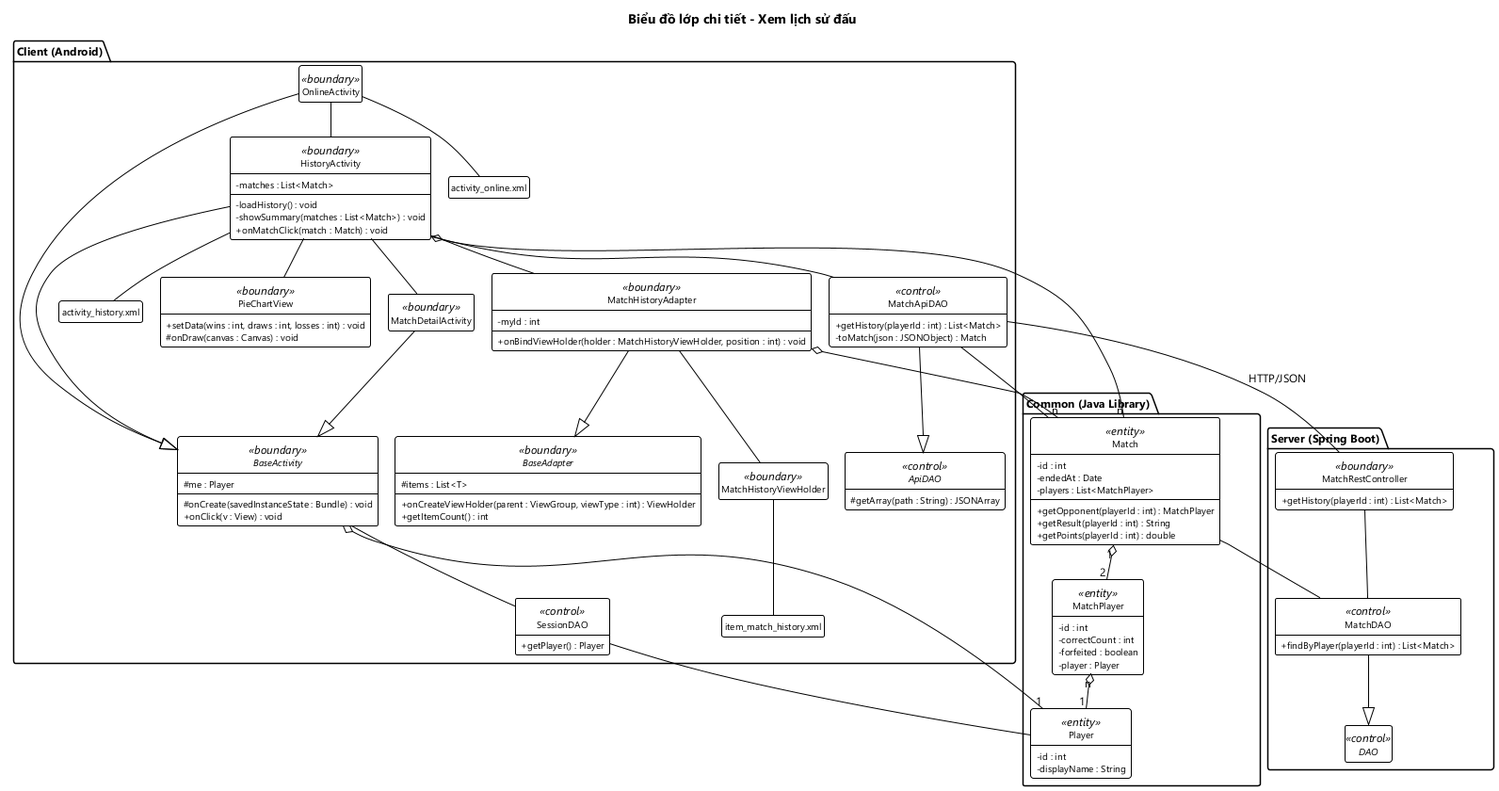
HungNguyenBa1811/math-dash keeps this PlantUML diagram as docs/hung/lop-thiet-ke-xem-lich-su.png. Above is the earlier version. The source it was exported from:
```plantuml
@startuml lop-thiet-ke-xem-lich-su
!include _theme.iuml
title Biểu đồ lớp chi tiết - Xem lịch sử đấu

package "Client (Android)" as PC {
  abstract class BaseActivity <<boundary>> {
    # me : Player
    # onCreate(savedInstanceState : Bundle) : void
    + onClick(v : View) : void
  }
  abstract class BaseAdapter <<boundary>> {
    # items : List<T>
    + onCreateViewHolder(parent : ViewGroup, viewType : int) : ViewHolder
    + getItemCount() : int
  }
  class OnlineActivity <<boundary>> {
  }
  class HistoryActivity <<boundary>> {
    - matches : List<Match>
    - loadHistory() : void
    - showSummary(matches : List<Match>) : void
    + onMatchClick(match : Match) : void
  }
  class PieChartView <<boundary>> {
    + setData(wins : int, draws : int, losses : int) : void
    # onDraw(canvas : Canvas) : void
  }
  class MatchHistoryAdapter <<boundary>> {
    - myId : int
    + onBindViewHolder(holder : MatchHistoryViewHolder, position : int) : void
  }
  class MatchHistoryViewHolder <<boundary>>
  class MatchDetailActivity <<boundary>> {
  }
  class "activity_online.xml" as xmlOnline
  class "activity_history.xml" as xmlHistory
  class "item_match_history.xml" as xmlItemMatch
  class SessionDAO <<control>> {
    + getPlayer() : Player
  }
  abstract class ApiDAO <<control>> {
    # getArray(path : String) : JSONArray
  }
  class MatchApiDAO <<control>> {
    + getHistory(playerId : int) : List<Match>
    - toMatch(json : JSONObject) : Match
  }
}

package "Common (Java Library)" as PM {
  class Player <<entity>> {
    - id : int
    - displayName : String
  }
  class Match <<entity>> {
    - id : int
    - endedAt : Date
    - players : List<MatchPlayer>
    + getOpponent(playerId : int) : MatchPlayer
    + getResult(playerId : int) : String
    + getPoints(playerId : int) : double
  }
  class MatchPlayer <<entity>> {
    - id : int
    - correctCount : int
    - forfeited : boolean
    - player : Player
  }
}

package "Server (Spring Boot)" as PS {
  class MatchRestController <<boundary>> {
    + getHistory(playerId : int) : List<Match>
  }
  abstract class "DAO" as SDAO <<control>> {
  }
  class MatchDAO <<control>> {
    + findByPlayer(playerId : int) : List<Match>
  }
}

OnlineActivity --|> BaseActivity
HistoryActivity --|> BaseActivity
MatchDetailActivity --|> BaseActivity
MatchHistoryAdapter --|> BaseAdapter
BaseActivity o-- "1" Player
BaseActivity -- SessionDAO
OnlineActivity -- HistoryActivity
HistoryActivity -- MatchDetailActivity
HistoryActivity -- PieChartView
HistoryActivity -- MatchHistoryAdapter
MatchHistoryAdapter -- MatchHistoryViewHolder
OnlineActivity -- xmlOnline
HistoryActivity -- xmlHistory
MatchHistoryViewHolder -- xmlItemMatch
HistoryActivity o-- "n" Match
MatchHistoryAdapter o-- "n" Match
HistoryActivity -- MatchApiDAO
MatchApiDAO --|> ApiDAO
SessionDAO -- Player
MatchApiDAO -- Match
Match "1" o-- "2" MatchPlayer
MatchPlayer "n" o-- "1" Player
MatchRestController -- MatchDAO
MatchDAO --|> SDAO
MatchDAO -- Match
MatchApiDAO -- MatchRestController : HTTP/JSON

PC -[hidden]down- PM
PM -[hidden]down- PS
@enduml
```
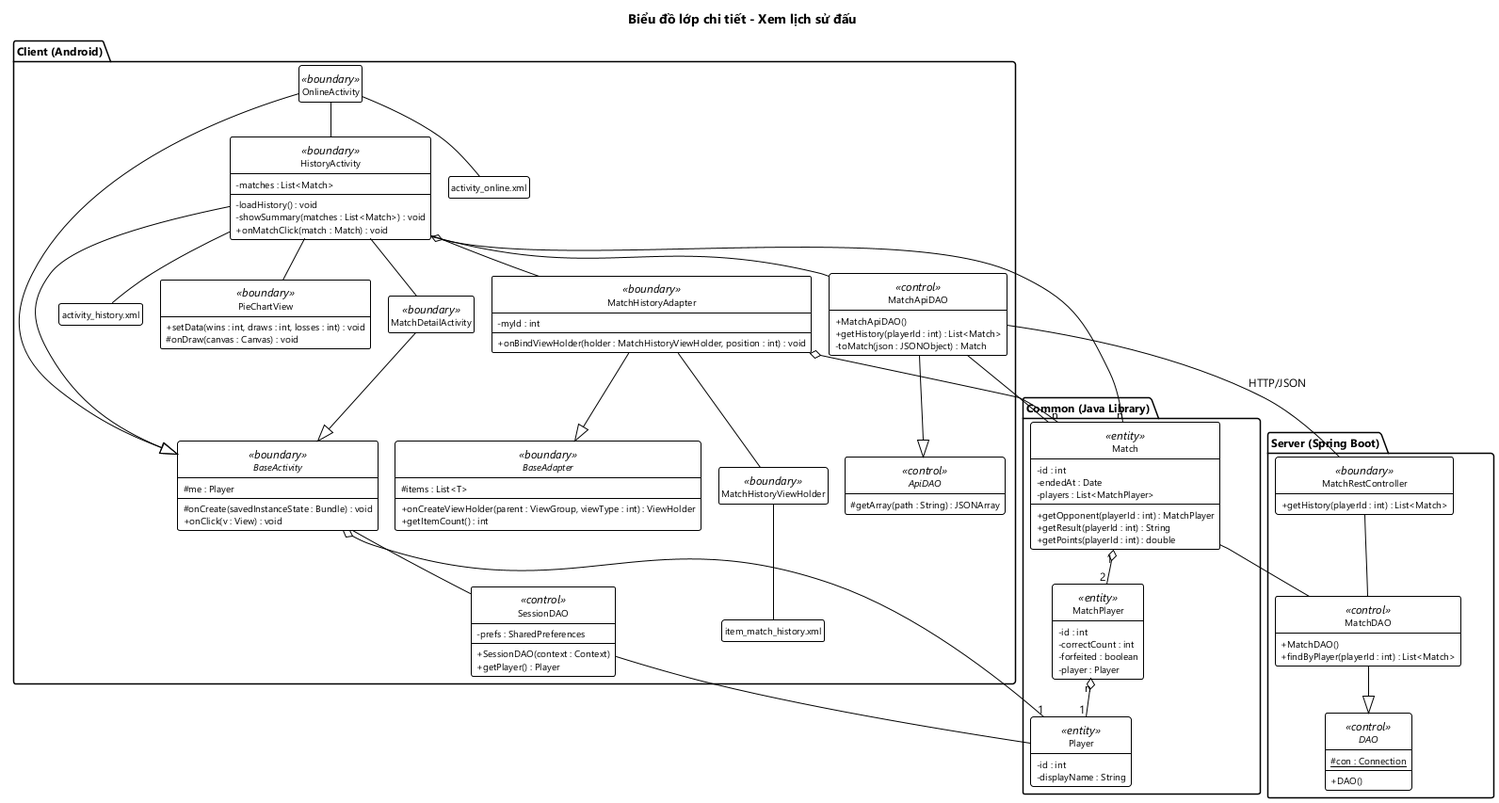
After the commit.

Change to the diagram source:
```diff
@@ -36,12 +36,15 @@
   class "activity_history.xml" as xmlHistory
   class "item_match_history.xml" as xmlItemMatch
   class SessionDAO <<control>> {
+    - prefs : SharedPreferences
+    + SessionDAO(context : Context)
     + getPlayer() : Player
   }
   abstract class ApiDAO <<control>> {
     # getArray(path : String) : JSONArray
   }
   class MatchApiDAO <<control>> {
+    + MatchApiDAO()
     + getHistory(playerId : int) : List<Match>
     - toMatch(json : JSONObject) : Match
   }
@@ -73,8 +76,11 @@
     + getHistory(playerId : int) : List<Match>
   }
   abstract class "DAO" as SDAO <<control>> {
+    # {static} con : Connection
+    + DAO()
   }
   class MatchDAO <<control>> {
+    + MatchDAO()
     + findByPlayer(playerId : int) : List<Match>
   }
 }
```
